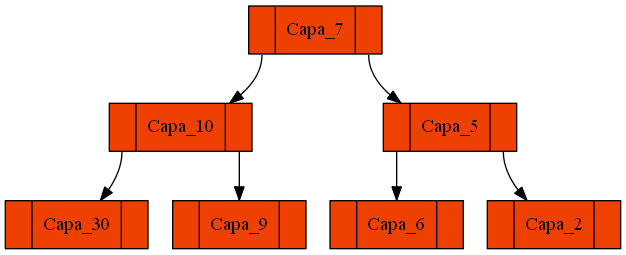
The Graphviz diagram [EDD]Proyecto1_201603127/ABB_Espejo.png in Cascarus/-EDD-Proyecto1_201603127, before a commit. Its source is kept beside it as [EDD]Proyecto1_201603127/ABB_Espejo.dot.
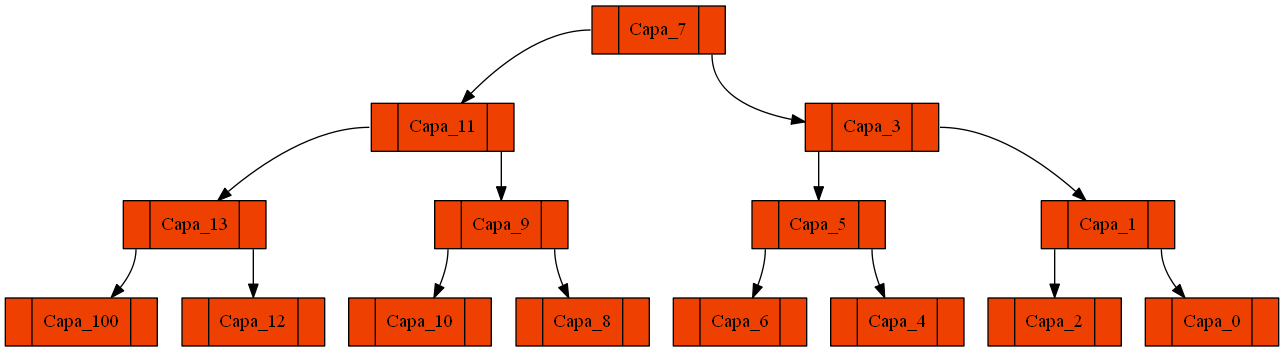
After the commit.

Diff of the diagram source:
```diff
@@ -1,23 +1,47 @@
 digraph g{
 	node [shape=record,width=.9,height=.5,style=filled,fillcolor=orangered2];
-	Node7:C0->Node10;
-	Node7:C1->Node5;
-	Node10:C0->Node30;
-	Node10:C1->Node9;
+	Node7:C0->Node11;
+	Node7:C1->Node3;
+	Node11:C0->Node13;
+	Node11:C1->Node9;
+	Node13:C0->Node100;
+	Node13:C1->Node12;
 
- 	Node30[label = "<C0>|Capa_30|<C1>"]
+ 	Node100[label = "<C0>|Capa_100|<C1>"]
+
+ 	Node12[label = "<C0>|Capa_12|<C1>"]
+
+ 	Node13[label = "<C0>|Capa_13|<C1>"]
+	Node9:C0->Node10;
+	Node9:C1->Node8;
+
+ 	Node10[label = "<C0>|Capa_10|<C1>"]
+
+ 	Node8[label = "<C0>|Capa_8|<C1>"]
 
  	Node9[label = "<C0>|Capa_9|<C1>"]
 
- 	Node10[label = "<C0>|Capa_10|<C1>"]
+ 	Node11[label = "<C0>|Capa_11|<C1>"]
+	Node3:C0->Node5;
+	Node3:C1->Node1;
 	Node5:C0->Node6;
-	Node5:C1->Node2;
+	Node5:C1->Node4;
 
  	Node6[label = "<C0>|Capa_6|<C1>"]
 
+ 	Node4[label = "<C0>|Capa_4|<C1>"]
+
+ 	Node5[label = "<C0>|Capa_5|<C1>"]
+	Node1:C0->Node2;
+	Node1:C1->Node0;
+
  	Node2[label = "<C0>|Capa_2|<C1>"]
 
- 	Node5[label = "<C0>|Capa_5|<C1>"]
+ 	Node0[label = "<C0>|Capa_0|<C1>"]
+
+ 	Node1[label = "<C0>|Capa_1|<C1>"]
+
+ 	Node3[label = "<C0>|Capa_3|<C1>"]
 
  	Node7[label = "<C0>|Capa_7|<C1>"]
 }
```
